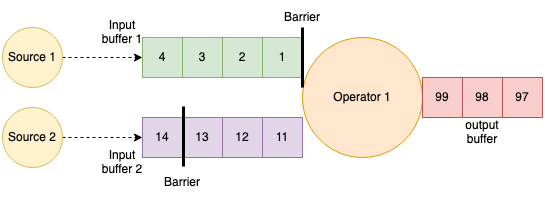
Earlier version of the draw.io export imgs/flink/flink_checkpoint_at_least_once.drawio.png (rainsbaby/notebook). Source tidied: cells renumbered, new cells last; positions are measured from the earlier drawing's top-left corner, leaving out a move shared by most shapes. The source it was exported from:
```xml
<mxGraphModel background="#FFFFFF">
  <root>
    <mxCell id="0" />
    <mxCell id="1" parent="0" />
    <mxCell id="2" value="Operator 1" style="ellipse;whiteSpace=wrap;html=1;fillColor=#ffe6cc;strokeColor=#d79b00;" parent="1" vertex="1">
      <mxGeometry x="300" y="35" width="120" height="120" as="geometry" />
    </mxCell>
    <mxCell id="3" value="3" style="rounded=0;whiteSpace=wrap;html=1;fillColor=#d5e8d4;strokeColor=#82b366;" parent="1" vertex="1">
      <mxGeometry x="180" y="35" width="40" height="40" as="geometry" />
    </mxCell>
    <mxCell id="4" value="2" style="rounded=0;whiteSpace=wrap;html=1;fillColor=#d5e8d4;strokeColor=#82b366;" parent="1" vertex="1">
      <mxGeometry x="220" y="35" width="40" height="40" as="geometry" />
    </mxCell>
    <mxCell id="5" value="1" style="rounded=0;whiteSpace=wrap;html=1;fillColor=#d5e8d4;strokeColor=#82b366;" parent="1" vertex="1">
      <mxGeometry x="260" y="35" width="40" height="40" as="geometry" />
    </mxCell>
    <mxCell id="6" value="4" style="rounded=0;whiteSpace=wrap;html=1;fillColor=#d5e8d4;strokeColor=#82b366;" parent="1" vertex="1">
      <mxGeometry x="140" y="35" width="40" height="40" as="geometry" />
    </mxCell>
    <mxCell id="7" value="13" style="rounded=0;whiteSpace=wrap;html=1;fillColor=#e1d5e7;strokeColor=#9673a6;" parent="1" vertex="1">
      <mxGeometry x="180" y="115" width="40" height="40" as="geometry" />
    </mxCell>
    <mxCell id="8" value="12" style="rounded=0;whiteSpace=wrap;html=1;fillColor=#e1d5e7;strokeColor=#9673a6;" parent="1" vertex="1">
      <mxGeometry x="220" y="115" width="40" height="40" as="geometry" />
    </mxCell>
    <mxCell id="9" value="11" style="rounded=0;whiteSpace=wrap;html=1;fillColor=#e1d5e7;strokeColor=#9673a6;" parent="1" vertex="1">
      <mxGeometry x="260" y="115" width="40" height="40" as="geometry" />
    </mxCell>
    <mxCell id="10" value="14" style="rounded=0;whiteSpace=wrap;html=1;fillColor=#e1d5e7;strokeColor=#9673a6;" parent="1" vertex="1">
      <mxGeometry x="140" y="115" width="40" height="40" as="geometry" />
    </mxCell>
    <mxCell id="11" style="endArrow=none;html=1;rounded=0;strokeWidth=3;exitX=0;exitY=0.417;exitDx=0;exitDy=0;exitPerimeter=0;" parent="1" edge="1" source="2">
      <mxGeometry relative="1" as="geometry">
        <mxPoint x="300" y="25" as="targetPoint" />
      </mxGeometry>
    </mxCell>
    <mxCell id="12" style="endArrow=none;html=1;rounded=0;strokeWidth=3;exitX=0;exitY=0.417;exitDx=0;exitDy=0;exitPerimeter=0;" parent="1" edge="1">
      <mxGeometry relative="1" as="geometry">
        <mxPoint x="181" y="164" as="sourcePoint" />
        <mxPoint x="181" y="104" as="targetPoint" />
      </mxGeometry>
    </mxCell>
    <mxCell id="13" value="Barrier" style="text;html=1;strokeColor=none;fillColor=none;align=center;verticalAlign=middle;whiteSpace=wrap;rounded=0;" parent="1" vertex="1">
      <mxGeometry x="270" width="60" height="30" as="geometry" />
    </mxCell>
    <mxCell id="14" value="Barrier" style="text;html=1;strokeColor=none;fillColor=none;align=center;verticalAlign=middle;whiteSpace=wrap;rounded=0;" parent="1" vertex="1">
      <mxGeometry x="150" y="165" width="60" height="30" as="geometry" />
    </mxCell>
    <mxCell id="15" value="98" style="rounded=0;whiteSpace=wrap;html=1;fillColor=#f8cecc;strokeColor=#b85450;" parent="1" vertex="1">
      <mxGeometry x="460" y="75" width="40" height="40" as="geometry" />
    </mxCell>
    <mxCell id="16" value="97" style="rounded=0;whiteSpace=wrap;html=1;fillColor=#f8cecc;strokeColor=#b85450;" parent="1" vertex="1">
      <mxGeometry x="500" y="75" width="40" height="40" as="geometry" />
    </mxCell>
    <mxCell id="17" value="99" style="rounded=0;whiteSpace=wrap;html=1;fillColor=#f8cecc;strokeColor=#b85450;" parent="1" vertex="1">
      <mxGeometry x="420" y="75" width="40" height="40" as="geometry" />
    </mxCell>
    <mxCell id="18" value="Input buffer 1" style="text;html=1;strokeColor=none;fillColor=none;align=center;verticalAlign=middle;whiteSpace=wrap;rounded=0;" parent="1" vertex="1">
      <mxGeometry x="90" y="15" width="60" height="30" as="geometry" />
    </mxCell>
    <mxCell id="19" value="Input buffer 2" style="text;html=1;strokeColor=none;fillColor=none;align=center;verticalAlign=middle;whiteSpace=wrap;rounded=0;" parent="1" vertex="1">
      <mxGeometry x="90" y="145" width="60" height="30" as="geometry" />
    </mxCell>
    <mxCell id="20" value="output buffer" style="text;html=1;strokeColor=none;fillColor=none;align=center;verticalAlign=middle;whiteSpace=wrap;rounded=0;" parent="1" vertex="1">
      <mxGeometry x="450" y="115" width="60" height="30" as="geometry" />
    </mxCell>
    <mxCell id="21" style="edgeStyle=orthogonalEdgeStyle;rounded=0;jettySize=auto;html=1;exitX=1;exitY=0.5;exitDx=0;exitDy=0;entryX=0;entryY=0.5;entryDx=0;entryDy=0;strokeWidth=1;dashed=1;" parent="1" edge="1" source="22" target="6">
      <mxGeometry relative="1" as="geometry" />
    </mxCell>
    <mxCell id="22" value="Source 1" style="ellipse;whiteSpace=wrap;html=1;fillColor=#fff2cc;strokeColor=#d6b656;" parent="1" vertex="1">
      <mxGeometry y="25" width="60" height="60" as="geometry" />
    </mxCell>
    <mxCell id="23" style="edgeStyle=orthogonalEdgeStyle;rounded=0;jettySize=auto;html=1;exitX=1;exitY=0.5;exitDx=0;exitDy=0;entryX=0;entryY=0.5;entryDx=0;entryDy=0;dashed=1;strokeWidth=1;" parent="1" edge="1" source="24" target="10">
      <mxGeometry relative="1" as="geometry" />
    </mxCell>
    <mxCell id="24" value="Source 2" style="ellipse;whiteSpace=wrap;html=1;fillColor=#fff2cc;strokeColor=#d6b656;" parent="1" vertex="1">
      <mxGeometry y="105" width="60" height="60" as="geometry" />
    </mxCell>
  </root>
</mxGraphModel>
```
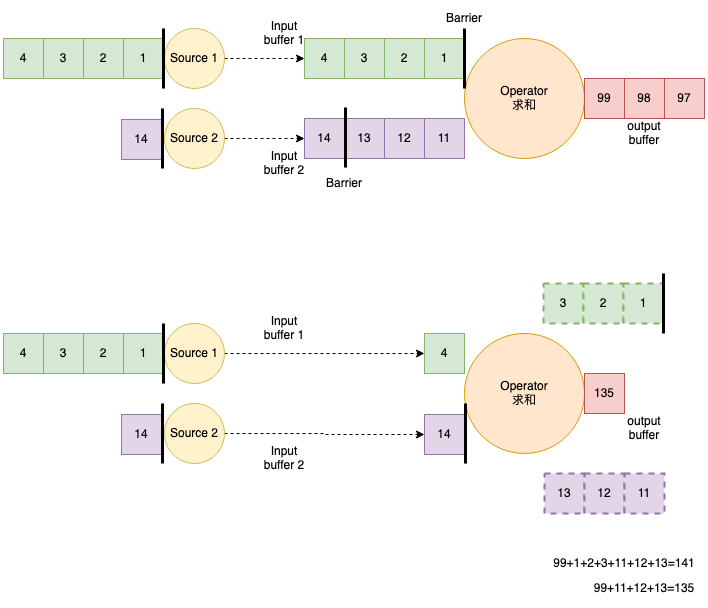
The same diagram one commit later.

The edit, as a diff of the source:
```diff
@@ -2,7 +2,7 @@
   <root>
     <mxCell id="0" />
     <mxCell id="1" parent="0" />
-    <mxCell id="2" value="Operator 1" style="ellipse;whiteSpace=wrap;html=1;fillColor=#ffe6cc;strokeColor=#d79b00;" parent="1" vertex="1">
+    <mxCell id="2" value="&lt;div&gt;Operator&lt;br&gt;&lt;/div&gt;求和" style="ellipse;whiteSpace=wrap;html=1;fillColor=#ffe6cc;strokeColor=#d79b00;" parent="1" vertex="1">
       <mxGeometry x="300" y="35" width="120" height="120" as="geometry" />
     </mxCell>
     <mxCell id="3" value="3" style="rounded=0;whiteSpace=wrap;html=1;fillColor=#d5e8d4;strokeColor=#82b366;" parent="1" vertex="1">
@@ -76,5 +76,128 @@
     <mxCell id="24" value="Source 2" style="ellipse;whiteSpace=wrap;html=1;fillColor=#fff2cc;strokeColor=#d6b656;" parent="1" vertex="1">
       <mxGeometry y="105" width="60" height="60" as="geometry" />
     </mxCell>
+    <mxCell id="25" value="&lt;div&gt;Operator &lt;br&gt;&lt;/div&gt;&lt;div&gt;求和&lt;br&gt;&lt;/div&gt;" style="ellipse;whiteSpace=wrap;html=1;fillColor=#ffe6cc;strokeColor=#d79b00;" parent="1" vertex="1">
+      <mxGeometry x="300" y="330" width="120" height="120" as="geometry" />
+    </mxCell>
+    <mxCell id="26" value="3" style="rounded=0;whiteSpace=wrap;html=1;fillColor=#d5e8d4;strokeColor=#82b366;dashed=1;strokeWidth=2;" parent="1" vertex="1">
+      <mxGeometry x="379" y="280" width="40" height="40" as="geometry" />
+    </mxCell>
+    <mxCell id="27" value="2" style="rounded=0;whiteSpace=wrap;html=1;fillColor=#d5e8d4;strokeColor=#82b366;dashed=1;strokeWidth=2;" parent="1" vertex="1">
+      <mxGeometry x="419" y="280" width="40" height="40" as="geometry" />
+    </mxCell>
+    <mxCell id="28" value="1" style="rounded=0;whiteSpace=wrap;html=1;fillColor=#d5e8d4;strokeColor=#82b366;dashed=1;strokeWidth=2;" parent="1" vertex="1">
+      <mxGeometry x="459" y="280" width="40" height="40" as="geometry" />
+    </mxCell>
+    <mxCell id="29" value="4" style="rounded=0;whiteSpace=wrap;html=1;fillColor=#d5e8d4;strokeColor=#82b366;" parent="1" vertex="1">
+      <mxGeometry x="260" y="330" width="40" height="40" as="geometry" />
+    </mxCell>
+    <mxCell id="30" value="13" style="rounded=0;whiteSpace=wrap;html=1;fillColor=#e1d5e7;strokeColor=#9673a6;dashed=1;strokeWidth=2;" parent="1" vertex="1">
+      <mxGeometry x="380" y="470" width="40" height="40" as="geometry" />
+    </mxCell>
+    <mxCell id="31" value="12" style="rounded=0;whiteSpace=wrap;html=1;fillColor=#e1d5e7;strokeColor=#9673a6;dashed=1;strokeWidth=2;" parent="1" vertex="1">
+      <mxGeometry x="420" y="470" width="40" height="40" as="geometry" />
+    </mxCell>
+    <mxCell id="32" value="11" style="rounded=0;whiteSpace=wrap;html=1;fillColor=#e1d5e7;strokeColor=#9673a6;dashed=1;strokeWidth=2;" parent="1" vertex="1">
+      <mxGeometry x="460" y="470" width="40" height="40" as="geometry" />
+    </mxCell>
+    <mxCell id="33" value="14" style="rounded=0;whiteSpace=wrap;html=1;fillColor=#e1d5e7;strokeColor=#9673a6;" parent="1" vertex="1">
+      <mxGeometry x="260" y="411" width="40" height="40" as="geometry" />
+    </mxCell>
+    <mxCell id="34" style="endArrow=none;html=1;rounded=0;strokeWidth=3;exitX=0;exitY=0.417;exitDx=0;exitDy=0;exitPerimeter=0;" parent="1" edge="1">
+      <mxGeometry relative="1" as="geometry">
+        <mxPoint x="499" y="330" as="sourcePoint" />
+        <mxPoint x="499" y="270" as="targetPoint" />
+      </mxGeometry>
+    </mxCell>
+    <mxCell id="35" style="endArrow=none;html=1;rounded=0;strokeWidth=3;exitX=0;exitY=0.417;exitDx=0;exitDy=0;exitPerimeter=0;" parent="1" edge="1">
+      <mxGeometry relative="1" as="geometry">
+        <mxPoint x="301" y="460" as="sourcePoint" />
+        <mxPoint x="301" y="400" as="targetPoint" />
+      </mxGeometry>
+    </mxCell>
+    <mxCell id="36" value="135" style="rounded=0;whiteSpace=wrap;html=1;fillColor=#f8cecc;strokeColor=#b85450;" parent="1" vertex="1">
+      <mxGeometry x="420" y="370" width="40" height="40" as="geometry" />
+    </mxCell>
+    <mxCell id="37" value="Input buffer 1" style="text;html=1;strokeColor=none;fillColor=none;align=center;verticalAlign=middle;whiteSpace=wrap;rounded=0;" parent="1" vertex="1">
+      <mxGeometry x="90" y="310" width="60" height="30" as="geometry" />
+    </mxCell>
+    <mxCell id="38" value="Input buffer 2" style="text;html=1;strokeColor=none;fillColor=none;align=center;verticalAlign=middle;whiteSpace=wrap;rounded=0;" parent="1" vertex="1">
+      <mxGeometry x="90" y="440" width="60" height="30" as="geometry" />
+    </mxCell>
+    <mxCell id="39" value="output buffer" style="text;html=1;strokeColor=none;fillColor=none;align=center;verticalAlign=middle;whiteSpace=wrap;rounded=0;" parent="1" vertex="1">
+      <mxGeometry x="450" y="410" width="60" height="30" as="geometry" />
+    </mxCell>
+    <mxCell id="40" style="edgeStyle=orthogonalEdgeStyle;rounded=0;jettySize=auto;html=1;exitX=1;exitY=0.5;exitDx=0;exitDy=0;entryX=0;entryY=0.5;entryDx=0;entryDy=0;strokeWidth=1;dashed=1;" parent="1" edge="1" source="41" target="29">
+      <mxGeometry relative="1" as="geometry" />
+    </mxCell>
+    <mxCell id="41" value="Source 1" style="ellipse;whiteSpace=wrap;html=1;fillColor=#fff2cc;strokeColor=#d6b656;" parent="1" vertex="1">
+      <mxGeometry y="320" width="60" height="60" as="geometry" />
+    </mxCell>
+    <mxCell id="42" style="edgeStyle=orthogonalEdgeStyle;rounded=0;jettySize=auto;html=1;exitX=1;exitY=0.5;exitDx=0;exitDy=0;entryX=0;entryY=0.5;entryDx=0;entryDy=0;dashed=1;strokeWidth=1;" parent="1" edge="1" source="43" target="33">
+      <mxGeometry relative="1" as="geometry" />
+    </mxCell>
+    <mxCell id="43" value="Source 2" style="ellipse;whiteSpace=wrap;html=1;fillColor=#fff2cc;strokeColor=#d6b656;" parent="1" vertex="1">
+      <mxGeometry y="400" width="60" height="60" as="geometry" />
+    </mxCell>
+    <mxCell id="44" value="3" style="rounded=0;whiteSpace=wrap;html=1;fillColor=#d5e8d4;strokeColor=#82b366;" parent="1" vertex="1">
+      <mxGeometry x="-121" y="35" width="40" height="40" as="geometry" />
+    </mxCell>
+    <mxCell id="45" value="2" style="rounded=0;whiteSpace=wrap;html=1;fillColor=#d5e8d4;strokeColor=#82b366;" parent="1" vertex="1">
+      <mxGeometry x="-81" y="35" width="40" height="40" as="geometry" />
+    </mxCell>
+    <mxCell id="46" value="1" style="rounded=0;whiteSpace=wrap;html=1;fillColor=#d5e8d4;strokeColor=#82b366;" parent="1" vertex="1">
+      <mxGeometry x="-41" y="35" width="40" height="40" as="geometry" />
+    </mxCell>
+    <mxCell id="47" value="4" style="rounded=0;whiteSpace=wrap;html=1;fillColor=#d5e8d4;strokeColor=#82b366;" parent="1" vertex="1">
+      <mxGeometry x="-161" y="35" width="40" height="40" as="geometry" />
+    </mxCell>
+    <mxCell id="48" value="14" style="rounded=0;whiteSpace=wrap;html=1;fillColor=#e1d5e7;strokeColor=#9673a6;" parent="1" vertex="1">
+      <mxGeometry x="-43" y="116" width="40" height="40" as="geometry" />
+    </mxCell>
+    <mxCell id="49" style="endArrow=none;html=1;rounded=0;strokeWidth=3;exitX=0;exitY=0.417;exitDx=0;exitDy=0;exitPerimeter=0;" parent="1" edge="1">
+      <mxGeometry relative="1" as="geometry">
+        <mxPoint x="-1" y="85" as="sourcePoint" />
+        <mxPoint x="-1" y="25" as="targetPoint" />
+      </mxGeometry>
+    </mxCell>
+    <mxCell id="50" style="endArrow=none;html=1;rounded=0;strokeWidth=3;exitX=0;exitY=0.417;exitDx=0;exitDy=0;exitPerimeter=0;" parent="1" edge="1">
+      <mxGeometry relative="1" as="geometry">
+        <mxPoint x="-2" y="165" as="sourcePoint" />
+        <mxPoint x="-2" y="105" as="targetPoint" />
+      </mxGeometry>
+    </mxCell>
+    <mxCell id="51" value="3" style="rounded=0;whiteSpace=wrap;html=1;fillColor=#d5e8d4;strokeColor=#82b366;" parent="1" vertex="1">
+      <mxGeometry x="-121" y="330" width="40" height="40" as="geometry" />
+    </mxCell>
+    <mxCell id="52" value="2" style="rounded=0;whiteSpace=wrap;html=1;fillColor=#d5e8d4;strokeColor=#82b366;" parent="1" vertex="1">
+      <mxGeometry x="-81" y="330" width="40" height="40" as="geometry" />
+    </mxCell>
+    <mxCell id="53" value="1" style="rounded=0;whiteSpace=wrap;html=1;fillColor=#d5e8d4;strokeColor=#82b366;" parent="1" vertex="1">
+      <mxGeometry x="-41" y="330" width="40" height="40" as="geometry" />
+    </mxCell>
+    <mxCell id="54" value="4" style="rounded=0;whiteSpace=wrap;html=1;fillColor=#d5e8d4;strokeColor=#82b366;" parent="1" vertex="1">
+      <mxGeometry x="-161" y="330" width="40" height="40" as="geometry" />
+    </mxCell>
+    <mxCell id="55" value="14" style="rounded=0;whiteSpace=wrap;html=1;fillColor=#e1d5e7;strokeColor=#9673a6;" parent="1" vertex="1">
+      <mxGeometry x="-43" y="411" width="40" height="40" as="geometry" />
+    </mxCell>
+    <mxCell id="56" style="endArrow=none;html=1;rounded=0;strokeWidth=3;exitX=0;exitY=0.417;exitDx=0;exitDy=0;exitPerimeter=0;" parent="1" edge="1">
+      <mxGeometry relative="1" as="geometry">
+        <mxPoint x="-1" y="380" as="sourcePoint" />
+        <mxPoint x="-1" y="320" as="targetPoint" />
+      </mxGeometry>
+    </mxCell>
+    <mxCell id="57" style="endArrow=none;html=1;rounded=0;strokeWidth=3;exitX=0;exitY=0.417;exitDx=0;exitDy=0;exitPerimeter=0;" parent="1" edge="1">
+      <mxGeometry relative="1" as="geometry">
+        <mxPoint x="-2" y="460" as="sourcePoint" />
+        <mxPoint x="-2" y="400" as="targetPoint" />
+      </mxGeometry>
+    </mxCell>
+    <mxCell id="58" value="99+1+2+3+11+12+13=141" style="text;html=1;strokeColor=none;fillColor=none;align=center;verticalAlign=middle;whiteSpace=wrap;rounded=0;" parent="1" vertex="1">
+      <mxGeometry x="380" y="545" width="160" height="30" as="geometry" />
+    </mxCell>
+    <mxCell id="59" value="99+11+12+13=135" style="text;html=1;strokeColor=none;fillColor=none;align=center;verticalAlign=middle;whiteSpace=wrap;rounded=0;" parent="1" vertex="1">
+      <mxGeometry x="420" y="570" width="120" height="30" as="geometry" />
+    </mxCell>
   </root>
 </mxGraphModel>
```
